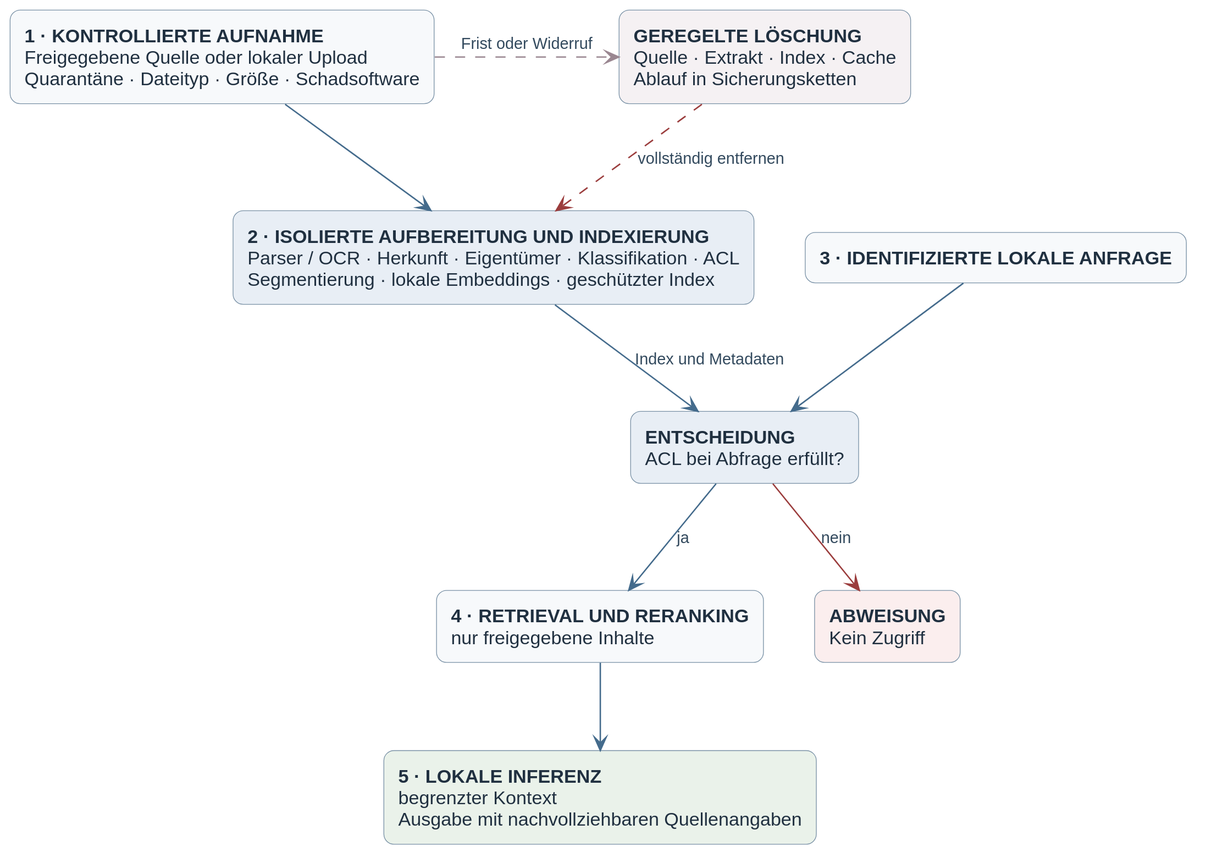
adrianweidig/allgemeines-ki-it-sicherheitskonzept keeps this PlantUML diagram as dokumentation/medien/rag-datenfluss.svg. Above is the earlier version.
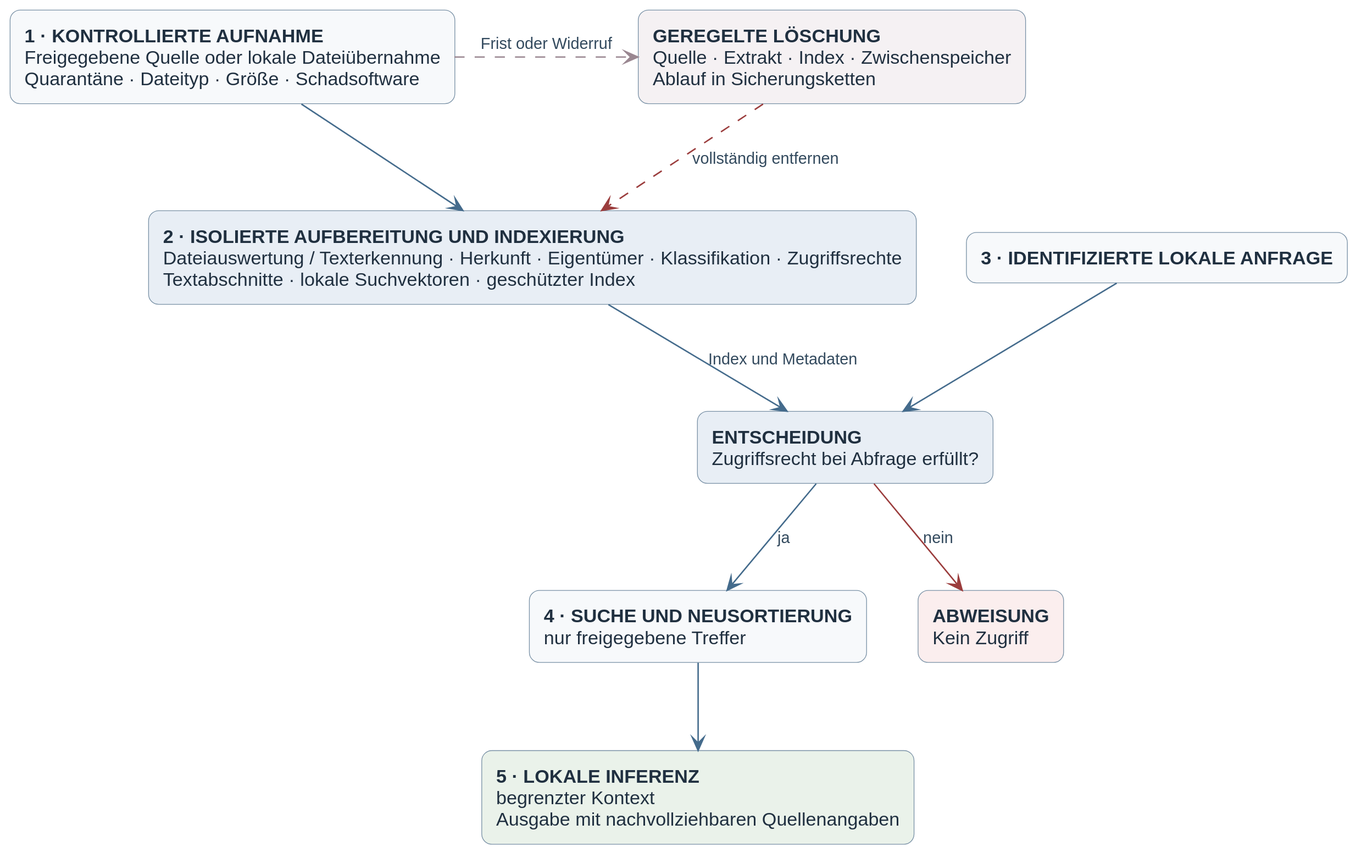
After the change.

The edit, as a diff of the source:
```diff
@@ -16,14 +16,14 @@
   FontColor #203040
 }
 
-rectangle "**1 · KONTROLLIERTE AUFNAHME**\nFreigegebene Quelle oder lokaler Upload\nQuarantäne · Dateityp · Größe · Schadsoftware" as aufnahme
-rectangle "**2 · ISOLIERTE AUFBEREITUNG UND INDEXIERUNG**\nParser / OCR · Herkunft · Eigentümer · Klassifikation · ACL\nSegmentierung · lokale Embeddings · geschützter Index" as index #E8EEF5
+rectangle "**1 · KONTROLLIERTE AUFNAHME**\nFreigegebene Quelle oder lokale Dateiübernahme\nQuarantäne · Dateityp · Größe · Schadsoftware" as aufnahme
+rectangle "**2 · ISOLIERTE AUFBEREITUNG UND INDEXIERUNG**\nDateiauswertung / Texterkennung · Herkunft · Eigentümer · Klassifikation · Zugriffsrechte\nTextabschnitte · lokale Suchvektoren · geschützter Index" as index #E8EEF5
 rectangle "**3 · IDENTIFIZIERTE LOKALE ANFRAGE**" as anfrage
-rectangle "**ENTSCHEIDUNG**\nACL bei Abfrage erfüllt?" as acl #E8EEF5
-rectangle "**4 · RETRIEVAL UND RERANKING**\nnur freigegebene Inhalte" as retrieval
+rectangle "**ENTSCHEIDUNG**\nZugriffsrecht bei Abfrage erfüllt?" as acl #E8EEF5
+rectangle "**4 · SUCHE UND NEUSORTIERUNG**\nnur freigegebene Treffer" as retrieval
 rectangle "**5 · LOKALE INFERENZ**\nbegrenzter Kontext\nAusgabe mit nachvollziehbaren Quellenangaben" as inferenz #EAF2EA
 rectangle "**ABWEISUNG**\nKein Zugriff" as abweisung #FBEEEE
-rectangle "**GEREGELTE LÖSCHUNG**\nQuelle · Extrakt · Index · Cache\nAblauf in Sicherungsketten" as loeschung #F5F1F3
+rectangle "**GEREGELTE LÖSCHUNG**\nQuelle · Extrakt · Index · Zwischenspeicher\nAblauf in Sicherungsketten" as loeschung #F5F1F3
 
 aufnahme -down-> index
 index -down-> acl : Index und Metadaten
```
